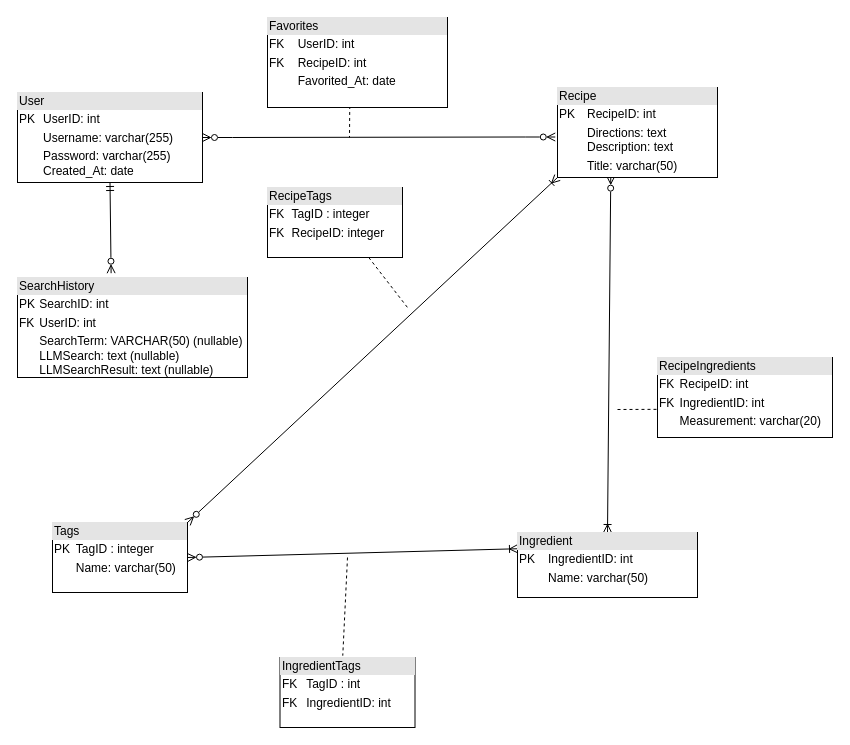
Earlier version of the draw.io diagram diagrams/Project_A2.drawio (Rhimeth/COSC-612-Project). Source tidied: cells renumbered, new cells numbered last; positions are measured from the earlier drawing's top-left corner, leaving out a move shared by most shapes. Both pictures are drawn from the tidied source at 100%, with x=0, y=0 at pixel (17, 17).
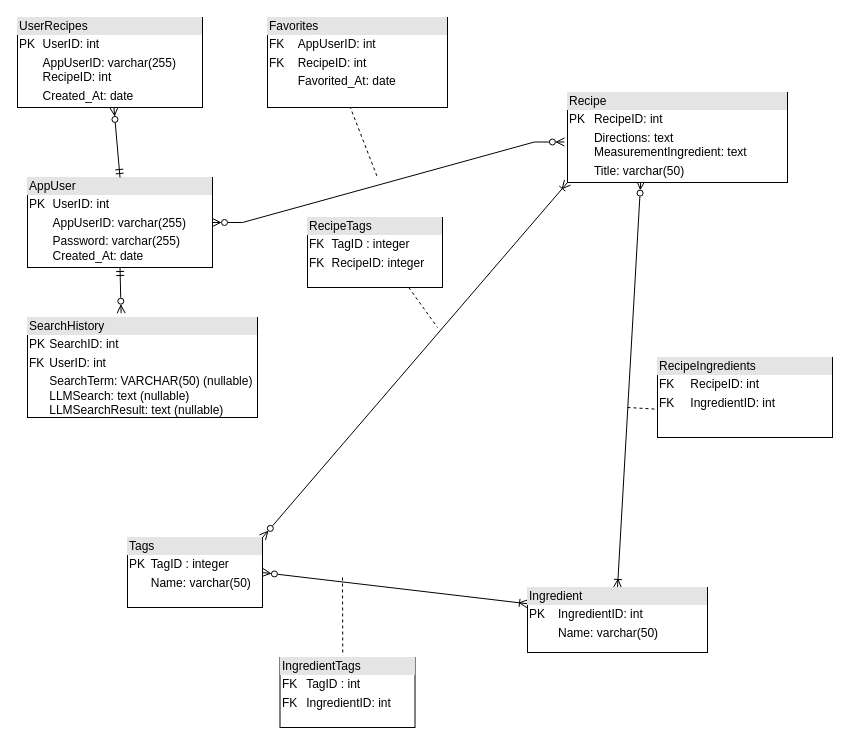
Above is the later version.

Commit message (it also covers changes not shown here):
ERD modifications

Unchanged cells that the change refers to:
```xml
<mxCell id="15" value="&lt;div style=&quot;box-sizing:border-box;width:100%;background:#e4e4e4;padding:2px;&quot;&gt;IngredientTags&lt;/div&gt;&lt;table style=&quot;width:100%;font-size:1em;&quot; cellpadding=&quot;2&quot; cellspacing=&quot;0&quot;&gt;&lt;tbody&gt;&lt;tr&gt;&lt;td&gt;FK&lt;/td&gt;&lt;td&gt;TagID : int&lt;/td&gt;&lt;/tr&gt;&lt;tr&gt;&lt;td&gt;FK&lt;/td&gt;&lt;td&gt;IngredientID: int&lt;/td&gt;&lt;/tr&gt;&lt;tr&gt;&lt;td&gt;&lt;/td&gt;&lt;td&gt;&lt;br&gt;&lt;/td&gt;&lt;/tr&gt;&lt;/tbody&gt;&lt;/table&gt;" style="verticalAlign=top;align=left;overflow=fill;html=1;whiteSpace=wrap;" parent="1" vertex="1">
  <mxGeometry x="262.5" y="640" width="135" height="70" as="geometry" />
</mxCell>
```

Change to the diagram source:
```diff
@@
     <mxCell id="4" style="endArrow=none;html=1;rounded=0;exitX=0.75;exitY=1;exitDx=0;exitDy=0;dashed=1;" parent="1" edge="1" source="11">
       <mxGeometry relative="1" as="geometry">
-        <mxPoint x="390" y="290" as="targetPoint" />
+        <mxPoint x="420" y="310" as="targetPoint" />
       </mxGeometry>
     </mxCell>
@@
     <mxCell id="6" style="endArrow=none;html=1;rounded=0;entryX=0.465;entryY=-0.026;entryDx=0;entryDy=0;dashed=1;entryPerimeter=0;" parent="1" edge="1" target="15">
       <mxGeometry relative="1" as="geometry">
-        <mxPoint x="330" y="540" as="sourcePoint" />
+        <mxPoint x="325" y="560" as="sourcePoint" />
       </mxGeometry>
     </mxCell>
@@
     <mxCell id="8" style="endArrow=none;html=1;rounded=0;entryX=0.012;entryY=0.648;entryDx=0;entryDy=0;dashed=1;entryPerimeter=0;" parent="1" edge="1" target="17">
       <mxGeometry relative="1" as="geometry">
-        <mxPoint x="600" y="392" as="sourcePoint" />
+        <mxPoint x="610" y="390" as="sourcePoint" />
       </mxGeometry>
     </mxCell>
     <mxCell id="9" style="endArrow=none;html=1;rounded=0;exitX=0.457;exitY=0.983;exitDx=0;exitDy=0;dashed=1;exitPerimeter=0;" parent="1" edge="1" source="12">
       <mxGeometry relative="1" as="geometry">
-        <mxPoint x="332" y="120" as="targetPoint" />
+        <mxPoint x="360" y="160" as="targetPoint" />
       </mxGeometry>
     </mxCell>
-    <mxCell id="10" value="&lt;div style=&quot;box-sizing:border-box;width:100%;background:#e4e4e4;padding:2px;&quot;&gt;User&lt;/div&gt;&lt;table style=&quot;width:100%;font-size:1em;&quot; cellpadding=&quot;2&quot; cellspacing=&quot;0&quot;&gt;&lt;tbody&gt;&lt;tr&gt;&lt;td&gt;PK&lt;/td&gt;&lt;td&gt;UserID: int&lt;/td&gt;&lt;/tr&gt;&lt;tr&gt;&lt;td&gt;&lt;br&gt;&lt;/td&gt;&lt;td&gt;Username: varchar(255)&lt;br&gt;&lt;/td&gt;&lt;/tr&gt;&lt;tr&gt;&lt;td&gt;&lt;/td&gt;&lt;td&gt;Password: varchar(255)&lt;br&gt;Created_At: date&lt;br&gt;&lt;/td&gt;&lt;/tr&gt;&lt;/tbody&gt;&lt;/table&gt;" style="verticalAlign=top;align=left;overflow=fill;html=1;whiteSpace=wrap;" parent="1" vertex="1">
-      <mxGeometry y="75" width="185" height="90" as="geometry" />
+    <mxCell id="10" value="&lt;div style=&quot;box-sizing:border-box;width:100%;background:#e4e4e4;padding:2px;&quot;&gt;AppUser&lt;/div&gt;&lt;table style=&quot;width:100%;font-size:1em;&quot; cellpadding=&quot;2&quot; cellspacing=&quot;0&quot;&gt;&lt;tbody&gt;&lt;tr&gt;&lt;td&gt;PK&lt;/td&gt;&lt;td&gt;UserID: int&lt;/td&gt;&lt;/tr&gt;&lt;tr&gt;&lt;td&gt;&lt;br&gt;&lt;/td&gt;&lt;td&gt;AppUserID: varchar(255)&lt;br&gt;&lt;/td&gt;&lt;/tr&gt;&lt;tr&gt;&lt;td&gt;&lt;/td&gt;&lt;td&gt;Password: varchar(255)&lt;br&gt;Created_At: date&lt;br&gt;&lt;/td&gt;&lt;/tr&gt;&lt;/tbody&gt;&lt;/table&gt;" style="verticalAlign=top;align=left;overflow=fill;html=1;whiteSpace=wrap;" parent="1" vertex="1">
+      <mxGeometry x="10" y="160" width="185" height="90" as="geometry" />
     </mxCell>
     <mxCell id="11" value="&lt;div style=&quot;box-sizing:border-box;width:100%;background:#e4e4e4;padding:2px;&quot;&gt;RecipeTags&lt;/div&gt;&lt;table style=&quot;width:100%;font-size:1em;&quot; cellpadding=&quot;2&quot; cellspacing=&quot;0&quot;&gt;&lt;tbody&gt;&lt;tr&gt;&lt;td&gt;FK&lt;/td&gt;&lt;td&gt;TagID : integer&lt;/td&gt;&lt;/tr&gt;&lt;tr&gt;&lt;td&gt;FK&lt;/td&gt;&lt;td&gt;RecipeID: integer&lt;/td&gt;&lt;/tr&gt;&lt;tr&gt;&lt;td&gt;&lt;/td&gt;&lt;td&gt;&lt;br&gt;&lt;/td&gt;&lt;/tr&gt;&lt;/tbody&gt;&lt;/table&gt;" style="verticalAlign=top;align=left;overflow=fill;html=1;whiteSpace=wrap;" parent="1" vertex="1">
-      <mxGeometry x="250" y="170" width="135" height="70" as="geometry" />
+      <mxGeometry x="290" y="200" width="135" height="70" as="geometry" />
     </mxCell>
-    <mxCell id="12" value="&lt;div style=&quot;box-sizing:border-box;width:100%;background:#e4e4e4;padding:2px;&quot;&gt;Favorites&lt;/div&gt;&lt;table style=&quot;width:100%;font-size:1em;&quot; cellpadding=&quot;2&quot; cellspacing=&quot;0&quot;&gt;&lt;tbody&gt;&lt;tr&gt;&lt;td&gt;FK&lt;/td&gt;&lt;td&gt;UserID: int&lt;/td&gt;&lt;/tr&gt;&lt;tr&gt;&lt;td&gt;FK&lt;/td&gt;&lt;td&gt;RecipeID: int&lt;/td&gt;&lt;/tr&gt;&lt;tr&gt;&lt;td&gt;&lt;br&gt;&lt;/td&gt;&lt;td&gt;Favorited_At: date&lt;/td&gt;&lt;/tr&gt;&lt;/tbody&gt;&lt;/table&gt;" style="verticalAlign=top;align=left;overflow=fill;html=1;whiteSpace=wrap;" parent="1" vertex="1">
+    <mxCell id="12" value="&lt;div style=&quot;box-sizing:border-box;width:100%;background:#e4e4e4;padding:2px;&quot;&gt;Favorites&lt;/div&gt;&lt;table style=&quot;width:100%;font-size:1em;&quot; cellpadding=&quot;2&quot; cellspacing=&quot;0&quot;&gt;&lt;tbody&gt;&lt;tr&gt;&lt;td&gt;FK&lt;/td&gt;&lt;td&gt;AppUserID: int&lt;/td&gt;&lt;/tr&gt;&lt;tr&gt;&lt;td&gt;FK&lt;/td&gt;&lt;td&gt;RecipeID: int&lt;/td&gt;&lt;/tr&gt;&lt;tr&gt;&lt;td&gt;&lt;br&gt;&lt;/td&gt;&lt;td&gt;Favorited_At: date&lt;/td&gt;&lt;/tr&gt;&lt;/tbody&gt;&lt;/table&gt;" style="verticalAlign=top;align=left;overflow=fill;html=1;whiteSpace=wrap;" parent="1" vertex="1">
       <mxGeometry x="250" width="180" height="90" as="geometry" />
     </mxCell>
-    <mxCell id="13" value="&lt;div style=&quot;box-sizing:border-box;width:100%;background:#e4e4e4;padding:2px;&quot;&gt;Recipe&lt;/div&gt;&lt;table style=&quot;width:100%;font-size:1em;&quot; cellpadding=&quot;2&quot; cellspacing=&quot;0&quot;&gt;&lt;tbody&gt;&lt;tr&gt;&lt;td&gt;PK&lt;/td&gt;&lt;td&gt;RecipeID: int&lt;br&gt;&lt;/td&gt;&lt;/tr&gt;&lt;tr&gt;&lt;td&gt;&lt;/td&gt;&lt;td&gt;Directions: text&lt;br&gt;Description: text&lt;br&gt;&lt;/td&gt;&lt;/tr&gt;&lt;tr&gt;&lt;td&gt;&lt;/td&gt;&lt;td&gt;Title: varchar(50)&lt;/td&gt;&lt;/tr&gt;&lt;/tbody&gt;&lt;/table&gt;" style="verticalAlign=top;align=left;overflow=fill;html=1;whiteSpace=wrap;" parent="1" vertex="1">
-      <mxGeometry x="540" y="70" width="160" height="90" as="geometry" />
+    <mxCell id="13" value="&lt;div style=&quot;box-sizing:border-box;width:100%;background:#e4e4e4;padding:2px;&quot;&gt;Recipe&lt;/div&gt;&lt;table style=&quot;width:100%;font-size:1em;&quot; cellpadding=&quot;2&quot; cellspacing=&quot;0&quot;&gt;&lt;tbody&gt;&lt;tr&gt;&lt;td&gt;PK&lt;/td&gt;&lt;td&gt;RecipeID: int&lt;br&gt;&lt;/td&gt;&lt;/tr&gt;&lt;tr&gt;&lt;td&gt;&lt;/td&gt;&lt;td&gt;Directions: text&lt;br&gt;MeasurementIngredient: text&lt;br&gt;&lt;/td&gt;&lt;/tr&gt;&lt;tr&gt;&lt;td&gt;&lt;/td&gt;&lt;td&gt;Title: varchar(50)&lt;/td&gt;&lt;/tr&gt;&lt;/tbody&gt;&lt;/table&gt;" style="verticalAlign=top;align=left;overflow=fill;html=1;whiteSpace=wrap;" parent="1" vertex="1">
+      <mxGeometry x="550" y="75" width="220" height="90" as="geometry" />
     </mxCell>
     <mxCell id="14" value="&lt;div style=&quot;box-sizing:border-box;width:100%;background:#e4e4e4;padding:2px;&quot;&gt;Tags&lt;/div&gt;&lt;table style=&quot;width:100%;font-size:1em;&quot; cellpadding=&quot;2&quot; cellspacing=&quot;0&quot;&gt;&lt;tbody&gt;&lt;tr&gt;&lt;td&gt;PK&lt;/td&gt;&lt;td&gt;TagID : integer&lt;/td&gt;&lt;/tr&gt;&lt;tr&gt;&lt;td&gt;&lt;br&gt;&lt;/td&gt;&lt;td&gt;Name: varchar(50)&lt;/td&gt;&lt;/tr&gt;&lt;tr&gt;&lt;td&gt;&lt;/td&gt;&lt;td&gt;&lt;br&gt;&lt;/td&gt;&lt;/tr&gt;&lt;/tbody&gt;&lt;/table&gt;" style="verticalAlign=top;align=left;overflow=fill;html=1;whiteSpace=wrap;" parent="1" vertex="1">
-      <mxGeometry x="35" y="505" width="135" height="70" as="geometry" />
+      <mxGeometry x="110" y="520" width="135" height="70" as="geometry" />
     </mxCell>
@@
     <mxCell id="16" value="&lt;div style=&quot;box-sizing:border-box;width:100%;background:#e4e4e4;padding:2px;&quot;&gt;Ingredient&lt;/div&gt;&lt;table style=&quot;width:100%;font-size:1em;&quot; cellpadding=&quot;2&quot; cellspacing=&quot;0&quot;&gt;&lt;tbody&gt;&lt;tr&gt;&lt;td&gt;PK&lt;/td&gt;&lt;td&gt;IngredientID: int&lt;br&gt;&lt;/td&gt;&lt;/tr&gt;&lt;tr&gt;&lt;td&gt;&lt;br&gt;&lt;/td&gt;&lt;td&gt;Name: varchar(50)&lt;/td&gt;&lt;/tr&gt;&lt;tr&gt;&lt;td&gt;&lt;br&gt;&lt;/td&gt;&lt;td&gt;&lt;br&gt;&lt;/td&gt;&lt;/tr&gt;&lt;/tbody&gt;&lt;/table&gt;" style="verticalAlign=top;align=left;overflow=fill;html=1;whiteSpace=wrap;" parent="1" vertex="1">
-      <mxGeometry x="500" y="515" width="180" height="65" as="geometry" />
+      <mxGeometry x="510" y="570" width="180" height="65" as="geometry" />
     </mxCell>
-    <mxCell id="17" value="&lt;div style=&quot;box-sizing:border-box;width:100%;background:#e4e4e4;padding:2px;&quot;&gt;RecipeIngredients&lt;/div&gt;&lt;table style=&quot;width:100%;font-size:1em;&quot; cellpadding=&quot;2&quot; cellspacing=&quot;0&quot;&gt;&lt;tbody&gt;&lt;tr&gt;&lt;td&gt;FK&lt;/td&gt;&lt;td&gt;RecipeID: int&lt;br&gt;&lt;/td&gt;&lt;/tr&gt;&lt;tr&gt;&lt;td&gt;FK&lt;/td&gt;&lt;td&gt;IngredientID: int&lt;/td&gt;&lt;/tr&gt;&lt;tr&gt;&lt;td&gt;&lt;/td&gt;&lt;td&gt;Measurement: varchar(20)&lt;/td&gt;&lt;/tr&gt;&lt;/tbody&gt;&lt;/table&gt;" style="verticalAlign=top;align=left;overflow=fill;html=1;whiteSpace=wrap;" parent="1" vertex="1">
+    <mxCell id="17" value="&lt;div style=&quot;box-sizing:border-box;width:100%;background:#e4e4e4;padding:2px;&quot;&gt;RecipeIngredients&lt;/div&gt;&lt;table style=&quot;width:100%;font-size:1em;&quot; cellpadding=&quot;2&quot; cellspacing=&quot;0&quot;&gt;&lt;tbody&gt;&lt;tr&gt;&lt;td&gt;FK&lt;/td&gt;&lt;td&gt;RecipeID: int&lt;br&gt;&lt;/td&gt;&lt;/tr&gt;&lt;tr&gt;&lt;td&gt;FK&lt;/td&gt;&lt;td&gt;IngredientID: int&lt;/td&gt;&lt;/tr&gt;&lt;tr&gt;&lt;td&gt;&lt;/td&gt;&lt;td&gt;&lt;br&gt;&lt;/td&gt;&lt;/tr&gt;&lt;/tbody&gt;&lt;/table&gt;" style="verticalAlign=top;align=left;overflow=fill;html=1;whiteSpace=wrap;" parent="1" vertex="1">
       <mxGeometry x="640" y="340" width="175" height="80" as="geometry" />
     </mxCell>
     <mxCell id="18" value="&lt;div style=&quot;box-sizing:border-box;width:100%;background:#e4e4e4;padding:2px;&quot;&gt;SearchHistory&lt;/div&gt;&lt;table style=&quot;width:100%;font-size:1em;&quot; cellpadding=&quot;2&quot; cellspacing=&quot;0&quot;&gt;&lt;tbody&gt;&lt;tr&gt;&lt;td&gt;PK&lt;/td&gt;&lt;td&gt;SearchID: int&lt;/td&gt;&lt;/tr&gt;&lt;tr&gt;&lt;td&gt;FK&lt;/td&gt;&lt;td&gt;UserID: int&lt;/td&gt;&lt;/tr&gt;&lt;tr&gt;&lt;td&gt;&lt;br&gt;&lt;/td&gt;&lt;td&gt;SearchTerm: VARCHAR(50) (nullable)&lt;br&gt;LLMSearch: text (nullable)&lt;br&gt;LLMSearchResult: text (nullable)&lt;/td&gt;&lt;/tr&gt;&lt;/tbody&gt;&lt;/table&gt;" style="verticalAlign=top;align=left;overflow=fill;html=1;whiteSpace=wrap;" parent="1" vertex="1">
-      <mxGeometry y="260" width="230" height="100" as="geometry" />
+      <mxGeometry x="10" y="300" width="230" height="100" as="geometry" />
     </mxCell>
@@
+    <mxCell id="20" value="&lt;div style=&quot;box-sizing:border-box;width:100%;background:#e4e4e4;padding:2px;&quot;&gt;UserRecipes&lt;/div&gt;&lt;table style=&quot;width:100%;font-size:1em;&quot; cellpadding=&quot;2&quot; cellspacing=&quot;0&quot;&gt;&lt;tbody&gt;&lt;tr&gt;&lt;td&gt;PK&lt;/td&gt;&lt;td&gt;UserID: int&lt;/td&gt;&lt;/tr&gt;&lt;tr&gt;&lt;td&gt;&lt;br&gt;&lt;/td&gt;&lt;td&gt;AppUserID: varchar(255)&lt;br&gt;RecipeID: int&lt;/td&gt;&lt;/tr&gt;&lt;tr&gt;&lt;td&gt;&lt;/td&gt;&lt;td&gt;Created_At: date&lt;br&gt;&lt;/td&gt;&lt;/tr&gt;&lt;/tbody&gt;&lt;/table&gt;" style="verticalAlign=top;align=left;overflow=fill;html=1;whiteSpace=wrap;gradientColor=none;" parent="1" vertex="1">
+      <mxGeometry width="185" height="90" as="geometry" />
+    </mxCell>
+    <mxCell id="21" style="endArrow=ERzeroToMany;startArrow=ERmandOne;html=1;rounded=0;endFill=0;startFill=0;exitX=0.5;exitY=0;exitDx=0;exitDy=0;" parent="1" edge="1" source="10" target="20">
+      <mxGeometry relative="1" as="geometry" />
+    </mxCell>
```
